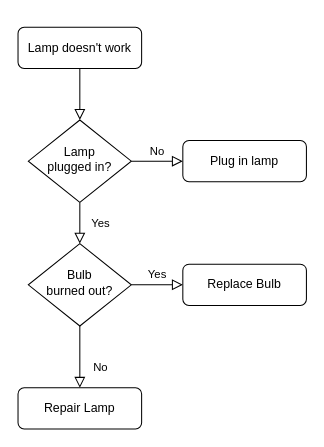
The draw.io diagram tomcat/连接器-流程图.drawio in optor666/draw-io-files, before the edit. Source tidied: cells renumbered, new cells numbered last; positions are measured from the earlier drawing's top-left corner, leaving out a move shared by most shapes. Both pictures are drawn from the tidied source at 103%, with x=0, y=0 at pixel (18, 27).
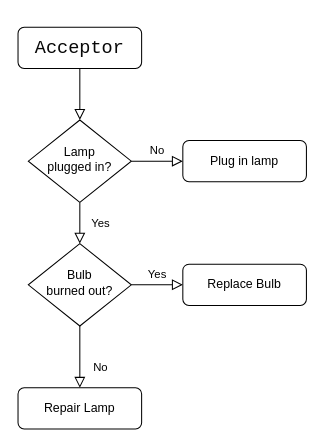
The same diagram, later.

Commit message:
更新连接器-流程图.drawio

What changed in the source:
```diff
@@
 <mxGraphModel>
   <root>
     <mxCell id="0" />
     <mxCell id="1" parent="0" />
     <mxCell id="2" style="rounded=0;html=1;jettySize=auto;fontSize=11;endArrow=block;endFill=0;endSize=8;strokeWidth=1;shadow=0;labelBackgroundColor=none;edgeStyle=orthogonalEdgeStyle;" parent="1" edge="1" source="3" target="6">
       <mxGeometry relative="1" as="geometry" />
     </mxCell>
-    <mxCell id="3" value="Lamp doesn't work" style="rounded=1;whiteSpace=wrap;html=1;fontSize=12;glass=0;strokeWidth=1;shadow=0;" parent="1" vertex="1">
+    <mxCell id="3" value="&lt;pre style=&quot;background-color:#ffffff;color:#080808;font-family:'JetBrains Mono',monospace;font-size:13.5pt;&quot;&gt;Acceptor&lt;/pre&gt;" style="rounded=1;whiteSpace=wrap;html=1;fontSize=12;glass=0;strokeWidth=1;shadow=0;" parent="1" vertex="1">
       <mxGeometry width="120" height="40" as="geometry" />
     </mxCell>
     <mxCell id="4" value="Yes" style="rounded=0;html=1;jettySize=auto;fontSize=11;endArrow=block;endFill=0;endSize=8;strokeWidth=1;shadow=0;labelBackgroundColor=none;edgeStyle=orthogonalEdgeStyle;" parent="1" edge="1" source="6" target="10">
       <mxGeometry y="20" relative="1" as="geometry" />
     </mxCell>
     <mxCell id="5" value="No" style="edgeStyle=orthogonalEdgeStyle;rounded=0;html=1;jettySize=auto;fontSize=11;endArrow=block;endFill=0;endSize=8;strokeWidth=1;shadow=0;labelBackgroundColor=none;" parent="1" edge="1" source="6" target="7">
       <mxGeometry y="10" relative="1" as="geometry" />
     </mxCell>
     <mxCell id="6" value="Lamp&lt;br&gt;plugged in?" style="rhombus;whiteSpace=wrap;html=1;shadow=0;fontFamily=Helvetica;fontSize=12;align=center;strokeWidth=1;spacing=6;spacingTop=-4;" parent="1" vertex="1">
       <mxGeometry x="10" y="90" width="100" height="80" as="geometry" />
     </mxCell>
     <mxCell id="7" value="Plug in lamp" style="rounded=1;whiteSpace=wrap;html=1;fontSize=12;glass=0;strokeWidth=1;shadow=0;" parent="1" vertex="1">
       <mxGeometry x="160" y="110" width="120" height="40" as="geometry" />
     </mxCell>
     <mxCell id="8" value="No" style="rounded=0;html=1;jettySize=auto;fontSize=11;endArrow=block;endFill=0;endSize=8;strokeWidth=1;shadow=0;labelBackgroundColor=none;edgeStyle=orthogonalEdgeStyle;" parent="1" edge="1" source="10" target="11">
       <mxGeometry x="0.33" y="20" relative="1" as="geometry" />
     </mxCell>
     <mxCell id="9" value="Yes" style="edgeStyle=orthogonalEdgeStyle;rounded=0;html=1;jettySize=auto;fontSize=11;endArrow=block;endFill=0;endSize=8;strokeWidth=1;shadow=0;labelBackgroundColor=none;" parent="1" edge="1" source="10" target="12">
       <mxGeometry y="10" relative="1" as="geometry" />
     </mxCell>
     <mxCell id="10" value="Bulb&lt;br&gt;burned out?" style="rhombus;whiteSpace=wrap;html=1;shadow=0;fontFamily=Helvetica;fontSize=12;align=center;strokeWidth=1;spacing=6;spacingTop=-4;" parent="1" vertex="1">
       <mxGeometry x="10" y="210" width="100" height="80" as="geometry" />
     </mxCell>
     <mxCell id="11" value="Repair Lamp" style="rounded=1;whiteSpace=wrap;html=1;fontSize=12;glass=0;strokeWidth=1;shadow=0;" parent="1" vertex="1">
       <mxGeometry y="350" width="120" height="40" as="geometry" />
     </mxCell>
     <mxCell id="12" value="Replace Bulb" style="rounded=1;whiteSpace=wrap;html=1;fontSize=12;glass=0;strokeWidth=1;shadow=0;" parent="1" vertex="1">
       <mxGeometry x="160" y="230" width="120" height="40" as="geometry" />
     </mxCell>
   </root>
 </mxGraphModel>
```
